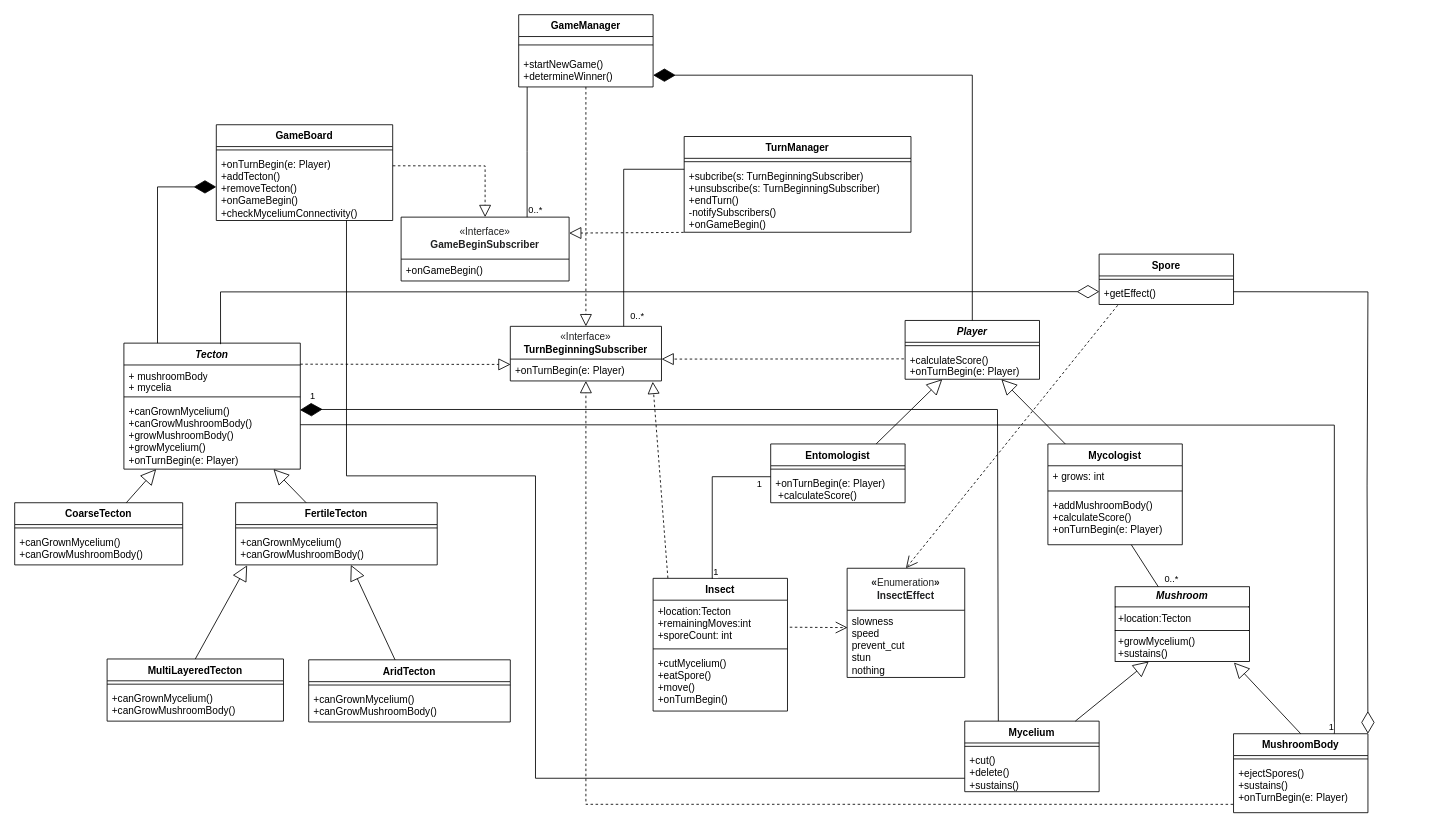
Earlier version of the draw.io diagram Fungorium_ClassDiagram.drawio (koharzsombor/bandITs). Source tidied: cells renumbered, new cells numbered last; positions are measured from the earlier drawing's top-left corner, leaving out a move shared by most shapes. Both pictures are drawn from the tidied source at 84%, with x=0, y=0 at pixel (14, 14).
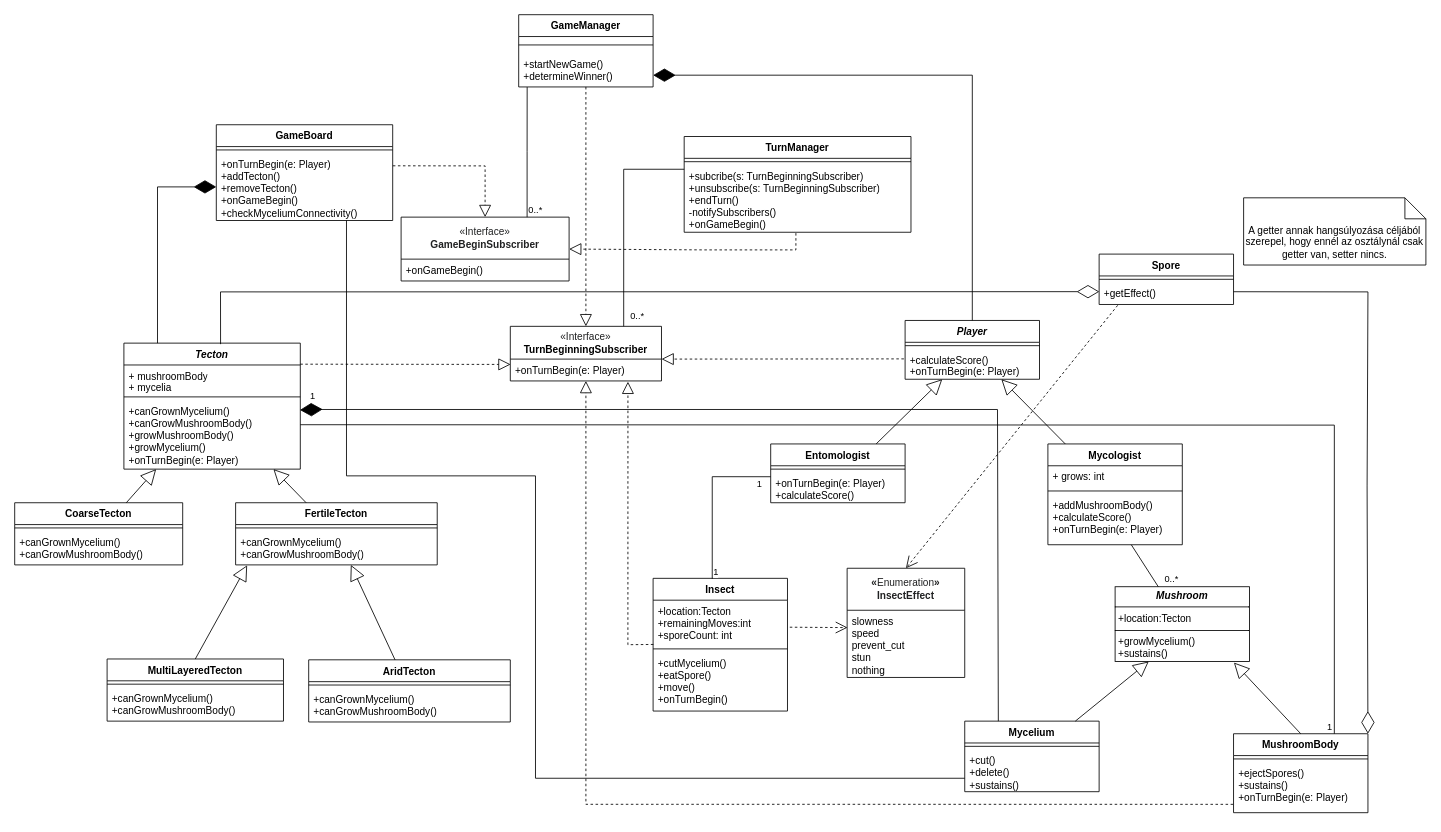
The same page after the edit.

Commit message (it also covers changes not shown here):
#9 Osztályok leírása

The change refers to these unchanged cells:
```xml
<mxCell id="35" value="Insect" style="swimlane;fontStyle=1;align=center;verticalAlign=top;horizontal=1;startSize=26;whiteSpace=wrap;html=1;" parent="1" vertex="1">
  <mxGeometry x="760" y="671" width="160" height="158" as="geometry" />
</mxCell>
<mxCell id="36" value="+location:Tecton&lt;div&gt;+remainingMoves:int&lt;/div&gt;&lt;div&gt;+sporeCount: int&lt;/div&gt;" style="text;strokeColor=none;fillColor=none;align=left;verticalAlign=top;spacingLeft=4;spacingRight=4;overflow=hidden;points=[[0,0.5],[1,0.5]];portConstraint=eastwest;whiteSpace=wrap;html=1;" parent="35" vertex="1">
  <mxGeometry y="26" width="160" height="54" as="geometry" />
</mxCell>
<mxCell id="54" value="+onTurnBegin(e: Player)" style="text;strokeColor=none;fillColor=none;align=left;verticalAlign=top;spacingLeft=4;spacingRight=4;overflow=hidden;points=[[0,0.5],[1,0.5]];portConstraint=eastwest;whiteSpace=wrap;html=1;" parent="53" vertex="1">
  <mxGeometry y="39" width="180" height="26" as="geometry" />
</mxCell>
<mxCell id="62" value="+subcribe(s: TurnBeginningSubscriber)&lt;div&gt;+unsubscribe(s:&amp;nbsp;&lt;span style=&quot;background-color: transparent; color: light-dark(rgb(0, 0, 0), rgb(255, 255, 255));&quot;&gt;TurnBeginningSubscriber)&lt;/span&gt;&lt;/div&gt;&lt;div&gt;&lt;span style=&quot;background-color: transparent; color: light-dark(rgb(0, 0, 0), rgb(255, 255, 255));&quot;&gt;+endTurn()&lt;/span&gt;&lt;/div&gt;&lt;div&gt;-notifySubscribers()&lt;/div&gt;&lt;div&gt;&lt;span style=&quot;background-color: transparent; color: light-dark(rgb(0, 0, 0), rgb(255, 255, 255));&quot;&gt;+onGameBegin()&lt;/span&gt;&lt;/div&gt;" style="text;strokeColor=none;fillColor=none;align=left;verticalAlign=top;spacingLeft=4;spacingRight=4;overflow=hidden;points=[[0,0.5],[1,0.5]];portConstraint=eastwest;whiteSpace=wrap;html=1;" parent="60" vertex="1">
  <mxGeometry y="34" width="270" height="80" as="geometry" />
</mxCell>
<mxCell id="70" value="&lt;font style=&quot;font-weight: 700;&quot;&gt;&lt;span style=&quot;font-weight: 400; color: rgb(32, 33, 34); font-family: sans-serif; text-align: start; background-color: rgb(255, 255, 255);&quot;&gt;«&lt;/span&gt;&lt;span style=&quot;color: rgb(32, 33, 34); font-family: sans-serif; text-align: start; background-color: rgb(255, 255, 255); font-weight: 400;&quot;&gt;Interface&lt;/span&gt;&lt;span style=&quot;font-weight: 400; color: rgb(32, 33, 34); font-family: sans-serif; text-align: start; background-color: rgb(255, 255, 255);&quot;&gt;»&lt;/span&gt;&lt;/font&gt;&lt;div&gt;&lt;font style=&quot;&quot;&gt;&lt;span style=&quot;color: rgb(32, 33, 34); font-family: sans-serif; text-align: start; background-color: rgb(255, 255, 255);&quot;&gt;&lt;b&gt;GameBeginSubscriber&lt;/b&gt;&lt;/span&gt;&lt;/font&gt;&lt;/div&gt;" style="swimlane;fontStyle=0;horizontal=1;startSize=50;fillColor=none;whiteSpace=wrap;html=1;" parent="1" vertex="1">
  <mxGeometry x="460" y="241" width="200" height="76" as="geometry" />
</mxCell>
<mxCell id="81" style="endArrow=none;html=1;edgeStyle=orthogonalEdgeStyle;rounded=0;entryX=0.75;entryY=0;entryDx=0;entryDy=0;" parent="1" edge="1" target="27">
  <mxGeometry relative="1" as="geometry">
    <mxPoint x="340" y="488.1" as="sourcePoint" />
  </mxGeometry>
</mxCell>
<mxCell id="89" value="&lt;b&gt;Entomologist&lt;/b&gt;&lt;div&gt;&lt;b&gt;&lt;br&gt;&lt;/b&gt;&lt;/div&gt;" style="swimlane;fontStyle=1;align=center;verticalAlign=top;horizontal=1;startSize=26;whiteSpace=wrap;html=1;" parent="1" vertex="1">
  <mxGeometry x="900" y="511" width="160" height="70" as="geometry" />
</mxCell>
```

What changed in the source:
```diff
@@
-    <mxCell id="73" style="endArrow=block;dashed=1;endFill=0;endSize=12;html=1;rounded=0;exitX=-0.002;exitY=1.002;exitDx=0;exitDy=0;entryX=1;entryY=0.25;entryDx=0;entryDy=0;exitPerimeter=0;" parent="1" edge="1" source="62" target="70">
-      <mxGeometry relative="1" as="geometry" />
-    </mxCell>
@@
-    <mxCell id="77" style="endArrow=block;dashed=1;endFill=0;endSize=12;html=1;rounded=0;exitX=0.11;exitY=-0.002;exitDx=0;exitDy=0;entryX=0.942;entryY=1.039;entryDx=0;entryDy=0;entryPerimeter=0;exitPerimeter=0;" parent="1" edge="1" source="35" target="54">
-      <mxGeometry relative="1" as="geometry" />
+    <mxCell id="77" style="endArrow=block;dashed=1;endFill=0;endSize=12;html=1;rounded=0;entryX=0.778;entryY=1.033;entryDx=0;entryDy=0;entryPerimeter=0;exitX=0.002;exitY=0.976;exitDx=0;exitDy=0;exitPerimeter=0;" parent="1" edge="1" source="36" target="54">
+      <mxGeometry relative="1" as="geometry">
+        <Array as="points">
+          <mxPoint x="730" y="750" />
+        </Array>
+      </mxGeometry>
     </mxCell>
@@
     <mxCell id="83" value="1" style="edgeLabel;html=1;align=right;verticalAlign=bottom;" parent="81" vertex="1">
-      <mxGeometry x="1" relative="1" as="geometry" />
+      <mxGeometry x="1" relative="1" as="geometry">
+        <mxPoint x="-2" as="offset" />
+      </mxGeometry>
     </mxCell>
@@
-    <mxCell id="91" value="+onTurnBegin(e: Player)&lt;div&gt;&amp;nbsp;+calculateScore()&lt;/div&gt;" style="text;strokeColor=none;fillColor=none;align=left;verticalAlign=top;spacingLeft=4;spacingRight=4;overflow=hidden;points=[[0,0.5],[1,0.5]];portConstraint=eastwest;whiteSpace=wrap;html=1;" parent="89" vertex="1">
+    <mxCell id="91" value="+onTurnBegin(e: Player)&lt;div&gt;+calculateScore()&lt;/div&gt;" style="text;strokeColor=none;fillColor=none;align=left;verticalAlign=top;spacingLeft=4;spacingRight=4;overflow=hidden;points=[[0,0.5],[1,0.5]];portConstraint=eastwest;whiteSpace=wrap;html=1;" parent="89" vertex="1">
       <mxGeometry y="34" width="160" height="36" as="geometry" />
     </mxCell>
@@
+    <mxCell id="93" style="endArrow=block;dashed=1;endFill=0;endSize=12;html=1;rounded=0;entryX=1;entryY=0.5;entryDx=0;entryDy=0;" parent="1" edge="1" target="70">
+      <mxGeometry relative="1" as="geometry">
+        <mxPoint x="930" y="260" as="sourcePoint" />
+        <Array as="points">
+          <mxPoint x="930" y="280" />
+          <mxPoint x="820" y="280" />
+        </Array>
+      </mxGeometry>
+    </mxCell>
+    <mxCell id="94" value="A getter annak hangsúlyozása céljából szerepel, hogy ennél az osztálynál csak getter van, setter nincs." style="shape=note2;boundedLbl=1;whiteSpace=wrap;html=1;size=25;verticalAlign=top;align=center;" parent="1" vertex="1">
+      <mxGeometry x="1463" y="218" width="217" height="80" as="geometry" />
+    </mxCell>
```
